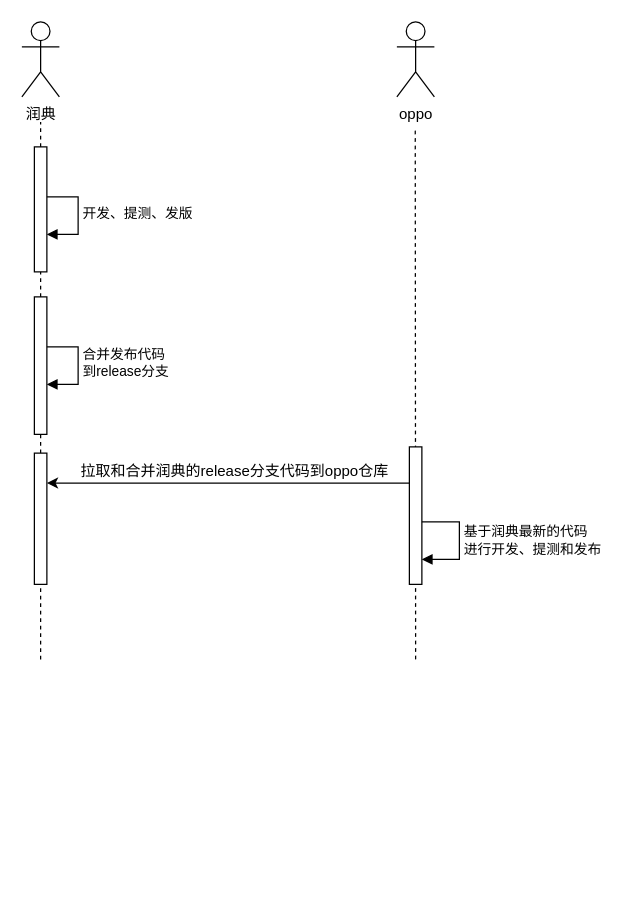
Before: 润典协作模式.drawio in Hantron/jira, a draw.io diagram. Source tidied: cells renumbered, new cells numbered last; positions are measured from the earlier drawing's top-left corner, leaving out a move shared by most shapes. Both pictures are drawn from the tidied source at 125%, with x=0, y=0 at pixel (21, 21).
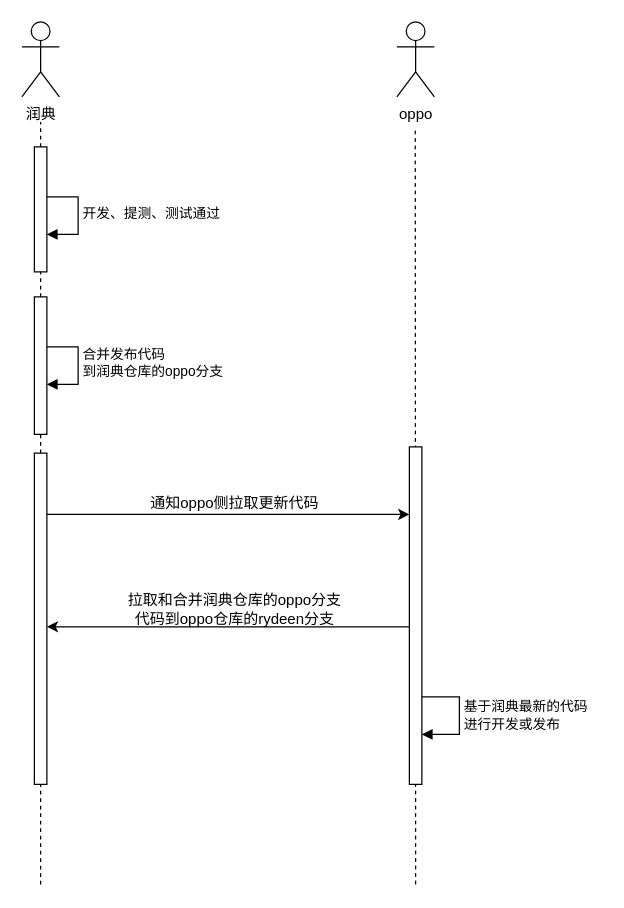
After the change.

Commit message:
更新润典协作模式.drawio

Unchanged cells that the change refers to:
```xml
<mxCell id="7" style="html=1;points=[[0,0,0,0,5],[0,1,0,0,-5],[1,0,0,0,5],[1,1,0,0,-5]];perimeter=orthogonalPerimeter;outlineConnect=0;targetShapes=umlLifeline;portConstraint=eastwest;newEdgeStyle={&quot;curved&quot;:0,&quot;rounded&quot;:0};" parent="1" vertex="1">
  <mxGeometry x="10" y="100" width="10" height="100" as="geometry" />
</mxCell>
<mxCell id="14" style="html=1;points=[[0,0,0,0,5],[0,1,0,0,-5],[1,0,0,0,5],[1,1,0,0,-5]];perimeter=orthogonalPerimeter;outlineConnect=0;targetShapes=umlLifeline;portConstraint=eastwest;newEdgeStyle={&quot;curved&quot;:0,&quot;rounded&quot;:0};" parent="1" vertex="1">
  <mxGeometry x="10" y="220" width="10" height="110" as="geometry" />
</mxCell>
```

Diff of the diagram source:
```diff
@@
-    <mxCell id="2" value="开发、提测、发版" style="html=1;align=left;spacingLeft=2;endArrow=block;rounded=0;edgeStyle=orthogonalEdgeStyle;curved=0;rounded=0;" parent="1" edge="1" target="7">
+    <mxCell id="2" value="开发、提测、测试通过" style="html=1;align=left;spacingLeft=2;endArrow=block;rounded=0;edgeStyle=orthogonalEdgeStyle;curved=0;rounded=0;" parent="1" edge="1" target="7">
       <mxGeometry relative="1" as="geometry">
         <mxPoint x="15" y="140" as="sourcePoint" />
         <Array as="points">
           <mxPoint x="45" y="170" />
         </Array>
       </mxGeometry>
     </mxCell>
@@
     <mxCell id="5" style="endArrow=none;dashed=1;html=1;rounded=0;" parent="1" edge="1">
       <mxGeometry relative="1" as="geometry">
-        <mxPoint x="315" y="510" as="sourcePoint" />
+        <mxPoint x="315" y="690" as="sourcePoint" />
         <mxPoint x="314.7" y="84" as="targetPoint" />
       </mxGeometry>
     </mxCell>
@@
     <mxCell id="9" style="endArrow=classic;endFill=1;html=1;rounded=0;" parent="1" edge="1">
       <mxGeometry relative="1" as="geometry">
-        <mxPoint x="20" y="368.9" as="sourcePoint" />
-        <mxPoint x="20" y="368.9" as="targetPoint" />
+        <mxPoint x="20" y="483.9" as="sourcePoint" />
+        <mxPoint x="20" y="483.9" as="targetPoint" />
       </mxGeometry>
     </mxCell>
-    <mxCell id="10" value="拉取和合并润典的release分支代码到oppo仓库" style="text;html=1;align=center;verticalAlign=middle;strokeColor=none;fillColor=none;" parent="1" vertex="1">
-      <mxGeometry x="35" y="345" width="270" height="30" as="geometry" />
+    <mxCell id="10" value="拉取和合并润典仓库的&lt;span style=&quot;background-color: initial;&quot;&gt;oppo分支&lt;/span&gt;&lt;div&gt;&lt;span style=&quot;background-color: initial;&quot;&gt;代码&lt;/span&gt;&lt;span style=&quot;background-color: initial;&quot;&gt;到oppo仓库的rydeen分支&lt;/span&gt;&lt;/div&gt;" style="text;html=1;align=center;verticalAlign=middle;strokeColor=none;fillColor=none;" parent="1" vertex="1">
+      <mxGeometry x="75" y="450" width="190" height="40" as="geometry" />
     </mxCell>
     <mxCell id="11" style="html=1;perimeter=orthogonalPerimeter;targetShapes=umlLifeline;newEdgeStyle={&quot;curved&quot;:0,&quot;rounded&quot;:0};" parent="1" vertex="1">
-      <mxGeometry x="310" y="340" width="10" height="110" as="geometry" />
+      <mxGeometry x="310" y="340" width="10" height="270" as="geometry" />
     </mxCell>
-    <mxCell id="12" value="基于润典最新的代码&lt;div&gt;进行开发、提测和发布&lt;/div&gt;" style="html=1;align=left;spacingLeft=2;endArrow=block;rounded=0;edgeStyle=orthogonalEdgeStyle;curved=0;rounded=0;" parent="1" edge="1">
+    <mxCell id="12" value="基于润典最新的代码&lt;div&gt;进行开发或发布&lt;/div&gt;" style="html=1;align=left;spacingLeft=2;endArrow=block;rounded=0;edgeStyle=orthogonalEdgeStyle;curved=0;rounded=0;" parent="1" edge="1">
       <mxGeometry relative="1" as="geometry">
-        <mxPoint x="320" y="400" as="sourcePoint" />
-        <mxPoint x="320" y="430" as="targetPoint" />
+        <mxPoint x="320" y="540" as="sourcePoint" />
+        <mxPoint x="320" y="570" as="targetPoint" />
         <Array as="points">
-          <mxPoint x="350" y="400" />
-          <mxPoint x="350" y="430" />
+          <mxPoint x="350" y="540" />
+          <mxPoint x="350" y="570" />
         </Array>
       </mxGeometry>
     </mxCell>
-    <mxCell id="13" value="合并发布代码&lt;div&gt;到release分支&lt;/div&gt;" style="html=1;align=left;spacingLeft=2;endArrow=block;rounded=0;edgeStyle=orthogonalEdgeStyle;curved=0;rounded=0;" parent="1" edge="1" target="14">
+    <mxCell id="13" value="合并发布代码&lt;div&gt;到润典仓库的oppo分支&lt;/div&gt;" style="html=1;align=left;spacingLeft=2;endArrow=block;rounded=0;edgeStyle=orthogonalEdgeStyle;curved=0;rounded=0;" parent="1" edge="1" target="14">
       <mxGeometry relative="1" as="geometry">
         <mxPoint x="15" y="260" as="sourcePoint" />
         <Array as="points">
           <mxPoint x="45" y="290" />
         </Array>
       </mxGeometry>
     </mxCell>
@@
     <mxCell id="15" style="endArrow=none;dashed=1;html=1;rounded=0;" parent="1" edge="1" target="17">
       <mxGeometry relative="1" as="geometry">
-        <mxPoint x="15" y="510" as="sourcePoint" />
+        <mxPoint x="15" y="690" as="sourcePoint" />
       </mxGeometry>
     </mxCell>
     <mxCell id="16" style="endArrow=classic;endFill=1;html=1;rounded=0;" parent="1" edge="1">
       <mxGeometry relative="1" as="geometry">
-        <mxPoint x="310" y="368.9" as="sourcePoint" />
-        <mxPoint x="20" y="368.9" as="targetPoint" />
+        <mxPoint x="310" y="483.9" as="sourcePoint" />
+        <mxPoint x="20" y="483.9" as="targetPoint" />
       </mxGeometry>
     </mxCell>
     <mxCell id="17" style="html=1;points=[[0,0,0,0,5],[0,1,0,0,-5],[1,0,0,0,5],[1,1,0,0,-5]];perimeter=orthogonalPerimeter;outlineConnect=0;targetShapes=umlLifeline;portConstraint=eastwest;newEdgeStyle={&quot;curved&quot;:0,&quot;rounded&quot;:0};" parent="1" vertex="1">
-      <mxGeometry x="10" y="345" width="10" height="105" as="geometry" />
+      <mxGeometry x="10" y="345" width="10" height="265" as="geometry" />
     </mxCell>
+    <mxCell id="18" style="endArrow=classic;endFill=1;html=1;rounded=0;" parent="1" edge="1">
+      <mxGeometry relative="1" as="geometry">
+        <mxPoint x="25" y="393.9" as="sourcePoint" />
+        <mxPoint x="25" y="393.9" as="targetPoint" />
+      </mxGeometry>
+    </mxCell>
+    <mxCell id="19" value="通知oppo侧拉取更新代码" style="text;html=1;align=center;verticalAlign=middle;strokeColor=none;fillColor=none;" parent="1" vertex="1">
+      <mxGeometry x="90" y="370" width="160" height="30" as="geometry" />
+    </mxCell>
+    <mxCell id="20" style="endArrow=classic;endFill=1;html=1;rounded=0;strokeColor=default;" parent="1" edge="1">
+      <mxGeometry relative="1" as="geometry">
+        <mxPoint x="20" y="394" as="sourcePoint" />
+        <mxPoint x="310" y="394" as="targetPoint" />
+      </mxGeometry>
+    </mxCell>
```
